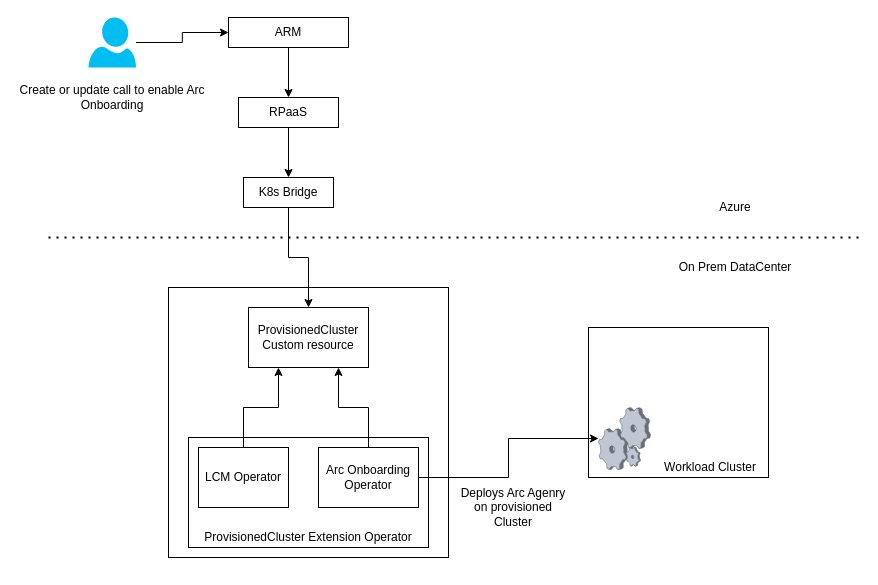
Above: ArcOnboardingProvisionedCluster.drawio in khandelwalbrijesh/RetentionScript (draw.io), before the change. Source tidied: cells renumbered, new cells numbered last; positions are measured from the earlier drawing's top-left corner, leaving out a move shared by most shapes. Both pictures are drawn from the tidied source at 100%, with x=0, y=0 at pixel (17, 17).
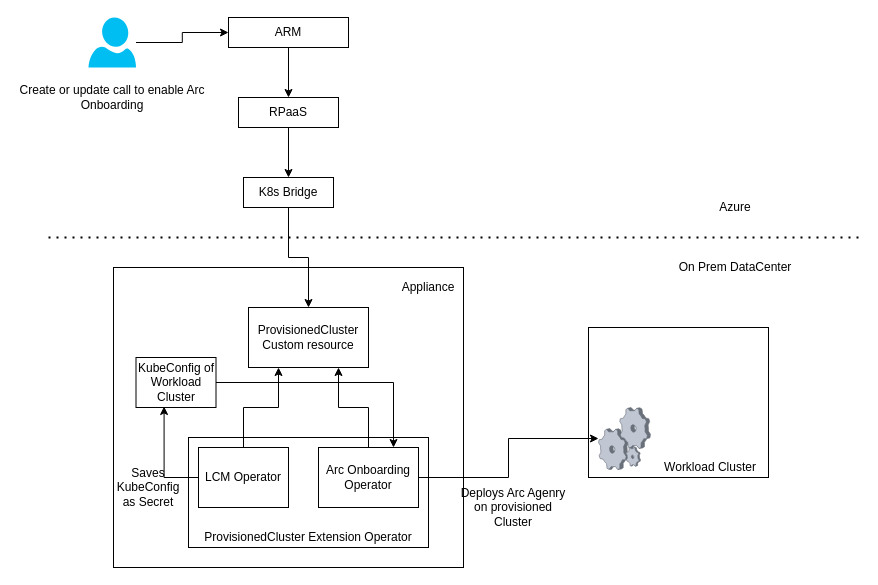
Above is the later version.

The change refers to these unchanged cells:
```xml
<mxCell id="7" value="LCM Operator" style="rounded=0;whiteSpace=wrap;html=1;" parent="1" vertex="1">
  <mxGeometry x="181" y="430" width="90" height="60" as="geometry" />
</mxCell>
<mxCell id="9" value="Arc Onboarding Operator" style="rounded=0;whiteSpace=wrap;html=1;" parent="1" vertex="1">
  <mxGeometry x="301" y="430" width="100" height="60" as="geometry" />
</mxCell>
```

The edit, as a diff of the source:
```diff
@@
     <mxCell id="2" style="rounded=0;whiteSpace=wrap;html=1;" parent="1" vertex="1">
-      <mxGeometry x="151" y="270" width="280" height="270" as="geometry" />
+      <mxGeometry x="96" y="250" width="350" height="300" as="geometry" />
     </mxCell>
@@
+    <mxCell id="27" style="edgeStyle=orthogonalEdgeStyle;rounded=0;jettySize=auto;html=1;exitX=0;exitY=0.5;exitDx=0;exitDy=0;entryX=0.351;entryY=0.98;entryDx=0;entryDy=0;entryPerimeter=0;" parent="1" edge="1" source="7" target="29">
+      <mxGeometry relative="1" as="geometry" />
+    </mxCell>
@@
+    <mxCell id="28" style="edgeStyle=orthogonalEdgeStyle;rounded=0;jettySize=auto;html=1;exitX=1;exitY=0.5;exitDx=0;exitDy=0;entryX=0.75;entryY=0;entryDx=0;entryDy=0;" parent="1" edge="1" source="29" target="9">
+      <mxGeometry relative="1" as="geometry" />
+    </mxCell>
+    <mxCell id="29" value="KubeConfig of Workload Cluster" style="rounded=0;whiteSpace=wrap;html=1;" parent="1" vertex="1">
+      <mxGeometry x="118.5" y="340" width="80" height="50" as="geometry" />
+    </mxCell>
+    <mxCell id="30" value="Saves KubeConfig as Secret" style="text;html=1;strokeColor=none;fillColor=none;align=center;verticalAlign=middle;whiteSpace=wrap;rounded=0;" parent="1" vertex="1">
+      <mxGeometry x="111" y="460" width="40" height="20" as="geometry" />
+    </mxCell>
+    <mxCell id="31" value="Appliance" style="text;html=1;strokeColor=none;fillColor=none;align=center;verticalAlign=middle;whiteSpace=wrap;rounded=0;" parent="1" vertex="1">
+      <mxGeometry x="391" y="260" width="40" height="20" as="geometry" />
+    </mxCell>
```
